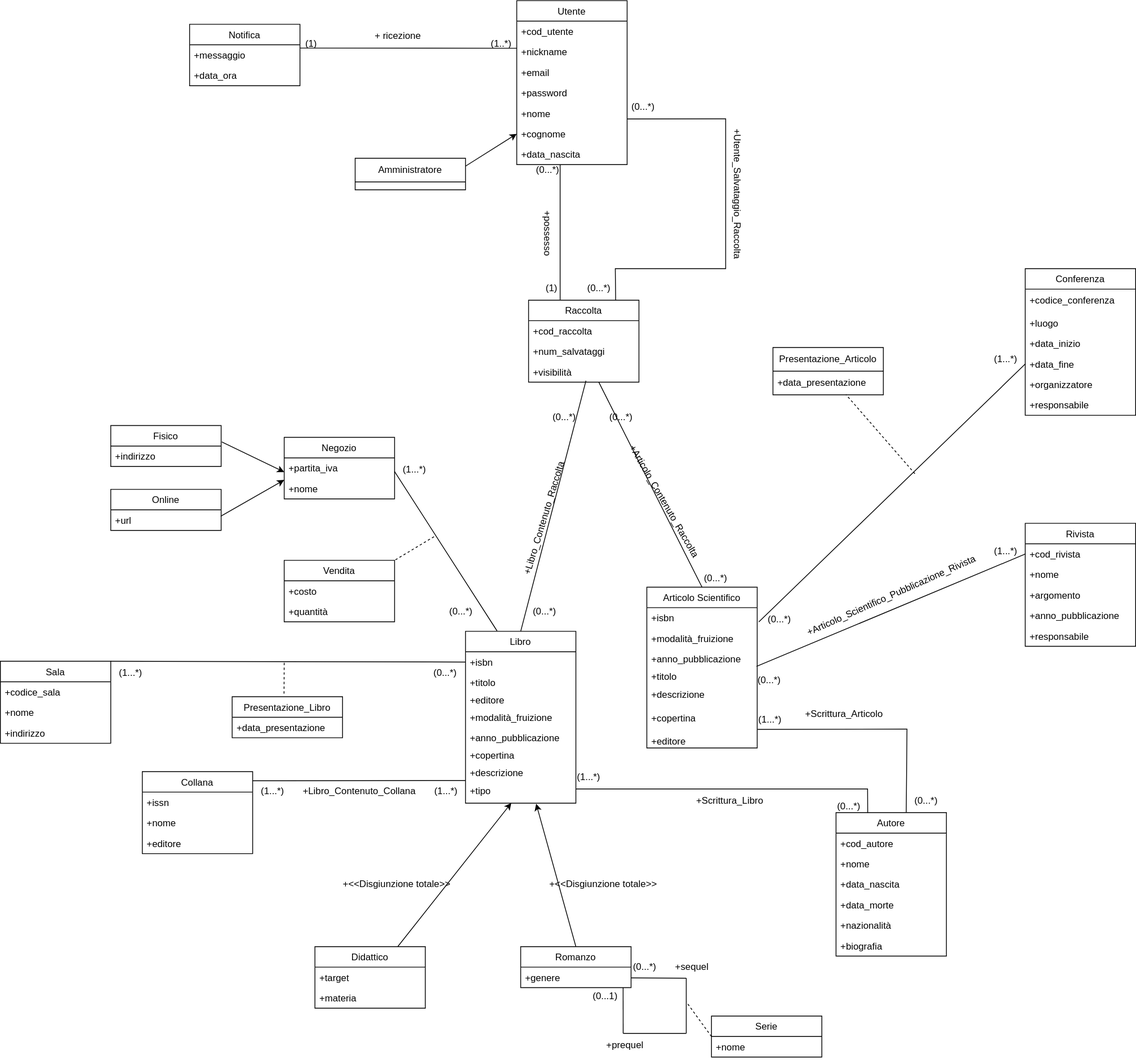
Before: progettazione_concettuale/Modello_Concettuale.drawio.svg, a diagram exported from draw.io (m3tt0/Progetto_OB_BASI). Source tidied: cells renumbered, new cells last; positions are measured from the earlier drawing's top-left corner, leaving out a move shared by most shapes.
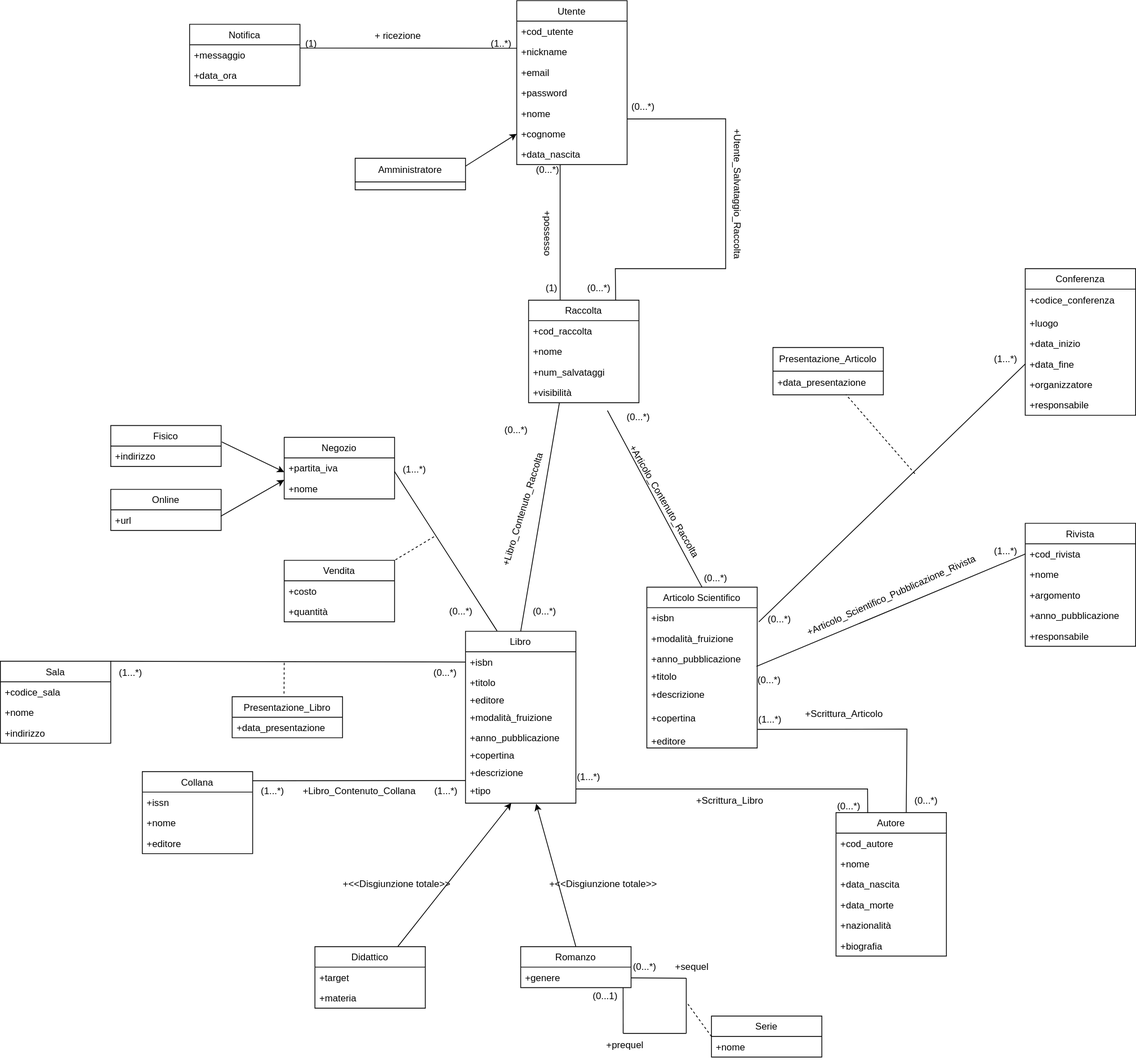
Above is the later version.

The edit, as a diff of the source:
```diff
@@ -272,18 +272,21 @@
       </mxGeometry>
     </mxCell>
     <mxCell id="87" value="Raccolta" style="swimlane;fontStyle=0;horizontal=1;startSize=26;fillColor=none;" parent="1" vertex="1">
-      <mxGeometry x="670" y="380" width="140" height="104" as="geometry" />
+      <mxGeometry x="670" y="380" width="140" height="130" as="geometry" />
     </mxCell>
     <mxCell id="88" value="+cod_raccolta" style="text;strokeColor=none;fillColor=none;align=left;verticalAlign=top;spacingLeft=4;spacingRight=4;overflow=hidden;" parent="87" vertex="1">
       <mxGeometry y="26" width="140" height="26" as="geometry" />
     </mxCell>
+    <mxCell id="149" value="+nome" style="text;strokeColor=none;fillColor=none;align=left;verticalAlign=top;spacingLeft=4;spacingRight=4;overflow=hidden;" parent="87" vertex="1">
+      <mxGeometry y="52" width="140" height="26" as="geometry" />
+    </mxCell>
     <mxCell id="89" value="+num_salvataggi" style="text;strokeColor=none;fillColor=none;align=left;verticalAlign=top;spacingLeft=4;spacingRight=4;overflow=hidden;" parent="87" vertex="1">
-      <mxGeometry y="52" width="140" height="26" as="geometry" />
+      <mxGeometry y="78" width="140" height="26" as="geometry" />
     </mxCell>
     <mxCell id="90" value="+visibilità" style="text;strokeColor=none;fillColor=none;align=left;verticalAlign=top;spacingLeft=4;spacingRight=4;overflow=hidden;points=[[0,0.5],[1,0.5]];portConstraint=eastwest;" parent="87" vertex="1">
-      <mxGeometry y="78" width="140" height="26" as="geometry" />
+      <mxGeometry y="104" width="140" height="26" as="geometry" />
     </mxCell>
-    <mxCell id="91" style="endArrow=none;html=1;rounded=0;entryX=0.52;entryY=0.926;entryDx=0;entryDy=0;entryPerimeter=0;exitX=0.5;exitY=0;exitDx=0;exitDy=0;" parent="1" edge="1" source="9" target="90">
+    <mxCell id="91" style="endArrow=none;html=1;rounded=0;exitX=0.5;exitY=0;exitDx=0;exitDy=0;entryX=0.279;entryY=1.014;entryDx=0;entryDy=0;entryPerimeter=0;" parent="1" edge="1" source="9" target="90">
       <mxGeometry relative="1" as="geometry" />
     </mxCell>
     <mxCell id="92" value="Utente" style="swimlane;fontStyle=0;horizontal=1;startSize=26;fillColor=none;" parent="1" vertex="1">
@@ -311,13 +314,13 @@
       <mxGeometry y="182" width="140" height="26" as="geometry" />
     </mxCell>
     <mxCell id="100" value="+Libro_Contenuto_Raccolta" style="text;html=1;align=center;verticalAlign=middle;strokeColor=none;fillColor=none;rotation=287;" parent="1" vertex="1">
-      <mxGeometry x="600" y="642" width="180" height="30" as="geometry" />
+      <mxGeometry x="573" y="631" width="180" height="30" as="geometry" />
     </mxCell>
     <mxCell id="101" style="endArrow=none;html=1;rounded=0;entryX=0.286;entryY=-0.003;entryDx=0;entryDy=0;entryPerimeter=0;exitX=0.393;exitY=1.004;exitDx=0;exitDy=0;exitPerimeter=0;" parent="1" edge="1" source="99" target="87">
       <mxGeometry relative="1" as="geometry" />
     </mxCell>
     <mxCell id="102" value="(0...*)" style="text;html=1;align=center;verticalAlign=middle;strokeColor=none;fillColor=none;" parent="1" vertex="1">
-      <mxGeometry x="690" y="514" width="50" height="30" as="geometry" />
+      <mxGeometry x="629" y="530" width="50" height="30" as="geometry" />
     </mxCell>
     <mxCell id="103" value="(1)" style="text;html=1;align=center;verticalAlign=middle;strokeColor=none;fillColor=none;" parent="1" vertex="1">
       <mxGeometry x="679" y="350" width="40" height="30" as="geometry" />
@@ -378,7 +381,7 @@
       <mxGeometry x="747" y="620" width="190" height="30" as="geometry" />
     </mxCell>
     <mxCell id="120" value="(0...*)" style="text;html=1;align=center;verticalAlign=middle;strokeColor=none;fillColor=none;" parent="1" vertex="1">
-      <mxGeometry x="762" y="514" width="50" height="30" as="geometry" />
+      <mxGeometry x="784" y="514" width="50" height="30" as="geometry" />
     </mxCell>
     <mxCell id="121" value="(0...*)" style="text;html=1;align=center;verticalAlign=middle;strokeColor=none;fillColor=none;" parent="1" vertex="1">
       <mxGeometry x="882" y="718" width="50" height="30" as="geometry" />
@@ -477,8 +480,10 @@
     <mxCell id="147" value="(0...*)" style="text;html=1;align=center;verticalAlign=middle;strokeColor=none;fillColor=none;" parent="1" vertex="1">
       <mxGeometry x="665" y="760" width="50" height="30" as="geometry" />
     </mxCell>
-    <mxCell id="148" style="endArrow=none;html=1;rounded=0;exitX=0.5;exitY=0;exitDx=0;exitDy=0;entryX=0.637;entryY=1.009;entryDx=0;entryDy=0;entryPerimeter=0;" parent="1" edge="1" source="18" target="90">
-      <mxGeometry relative="1" as="geometry" />
+    <mxCell id="148" style="endArrow=none;html=1;rounded=0;exitX=0.5;exitY=0;exitDx=0;exitDy=0;" parent="1" edge="1" source="18">
+      <mxGeometry relative="1" as="geometry">
+        <mxPoint x="770" y="520" as="targetPoint" />
+      </mxGeometry>
     </mxCell>
   </root>
 </mxGraphModel>
```
